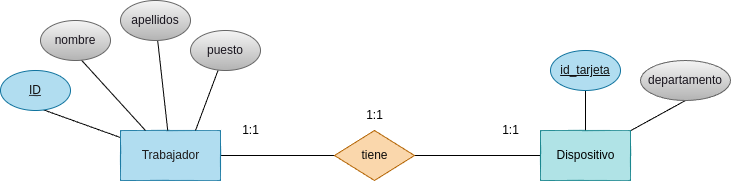
betancorge/base-datos-2 keeps this draw.io diagram as tareas/tarea-3/images/ejercicio3.drawio.png. Above is the earlier version. Source tidied: cells renumbered, new cells last; positions are measured from the earlier drawing's top-left corner, leaving out a move shared by most shapes.
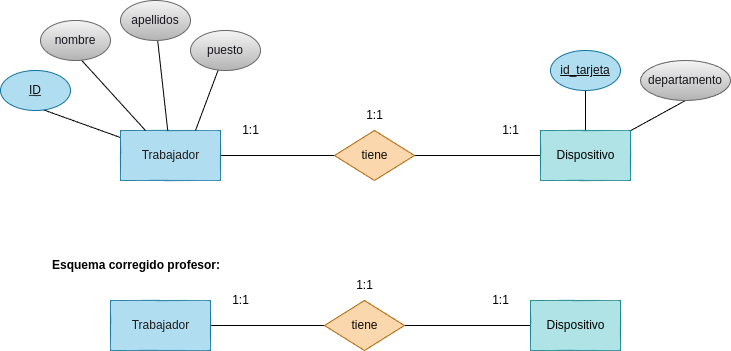
Above is the later version.

What changed in the source:
```diff
@@ -62,5 +62,32 @@
     <mxCell id="21" value="&lt;font color=&quot;#18141d&quot;&gt;puesto&lt;/font&gt;" style="ellipse;whiteSpace=wrap;html=1;align=center;fillColor=#f5f5f5;gradientColor=#b3b3b3;strokeColor=#666666;" parent="1" vertex="1">
       <mxGeometry x="190" y="30" width="70" height="40" as="geometry" />
     </mxCell>
+    <mxCell id="22" value="&lt;h1 style=&quot;margin-top: 0px;&quot;&gt;&lt;font style=&quot;font-size: 12px;&quot;&gt;Esquema corregido profesor:&lt;/font&gt;&lt;/h1&gt;" style="text;html=1;whiteSpace=wrap;overflow=hidden;rounded=0;" parent="1" vertex="1">
+      <mxGeometry x="50" y="240" width="190" height="50" as="geometry" />
+    </mxCell>
+    <mxCell id="23" style="edgeStyle=none;html=1;entryX=0;entryY=0.5;entryDx=0;entryDy=0;endArrow=none;endFill=0;" parent="1" edge="1" source="24" target="26">
+      <mxGeometry relative="1" as="geometry" />
+    </mxCell>
+    <mxCell id="24" value="&lt;font color=&quot;#1d1b1b&quot;&gt;Trabajador&lt;/font&gt;" style="html=1;dashed=0;whitespace=wrap;fillColor=#b1ddf0;strokeColor=#10739e;" parent="1" vertex="1">
+      <mxGeometry x="110" y="300" width="100" height="50" as="geometry" />
+    </mxCell>
+    <mxCell id="25" style="edgeStyle=none;html=1;exitX=1;exitY=0.5;exitDx=0;exitDy=0;entryX=0;entryY=0.5;entryDx=0;entryDy=0;endArrow=none;endFill=0;" parent="1" edge="1" source="26" target="27">
+      <mxGeometry relative="1" as="geometry" />
+    </mxCell>
+    <mxCell id="26" value="&lt;font color=&quot;#0a0a0a&quot;&gt;tiene&lt;/font&gt;" style="shape=rhombus;html=1;dashed=0;whitespace=wrap;perimeter=rhombusPerimeter;fillColor=#fad7ac;strokeColor=#b46504;" parent="1" vertex="1">
+      <mxGeometry x="324" y="300" width="80" height="50" as="geometry" />
+    </mxCell>
+    <mxCell id="27" value="&lt;font color=&quot;#000000&quot;&gt;Dispositivo&lt;/font&gt;" style="html=1;dashed=0;whitespace=wrap;fillColor=#b0e3e6;strokeColor=#0e8088;" parent="1" vertex="1">
+      <mxGeometry x="530" y="300" width="90" height="50" as="geometry" />
+    </mxCell>
+    <mxCell id="28" value="1:1" style="text;html=1;align=center;verticalAlign=middle;strokeColor=none;fillColor=none;" parent="1" vertex="1">
+      <mxGeometry x="480" y="285" width="40" height="30" as="geometry" />
+    </mxCell>
+    <mxCell id="29" value="1:1" style="text;html=1;align=center;verticalAlign=middle;strokeColor=none;fillColor=none;" parent="1" vertex="1">
+      <mxGeometry x="344" y="270" width="40" height="30" as="geometry" />
+    </mxCell>
+    <mxCell id="30" value="1:1" style="text;html=1;align=center;verticalAlign=middle;strokeColor=none;fillColor=none;" parent="1" vertex="1">
+      <mxGeometry x="220" y="285" width="40" height="30" as="geometry" />
+    </mxCell>
   </root>
 </mxGraphModel>
```
